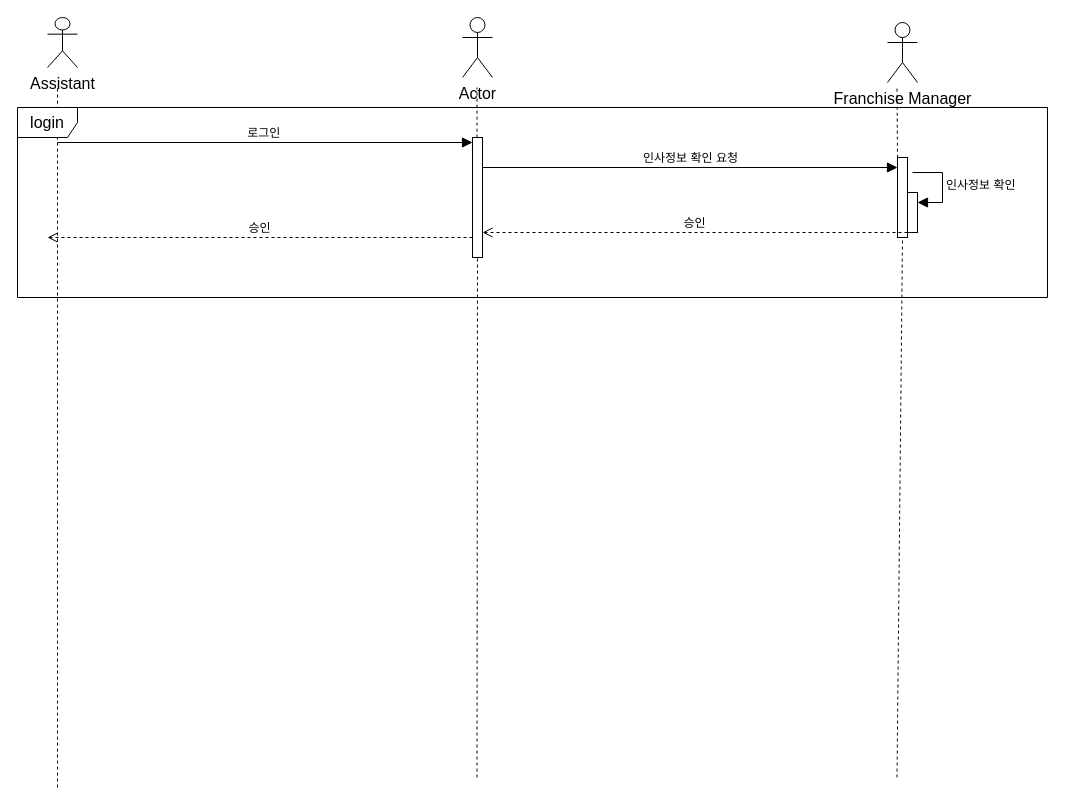
The draw.io diagram 제목 없는 다이어그램.drawio in dndpd/software-project, before the edit. Source tidied: cells renumbered, new cells numbered last; positions are measured from the earlier drawing's top-left corner, leaving out a move shared by most shapes. Both pictures are drawn from the tidied source at 100%, with x=0, y=0 at pixel (17, 17).
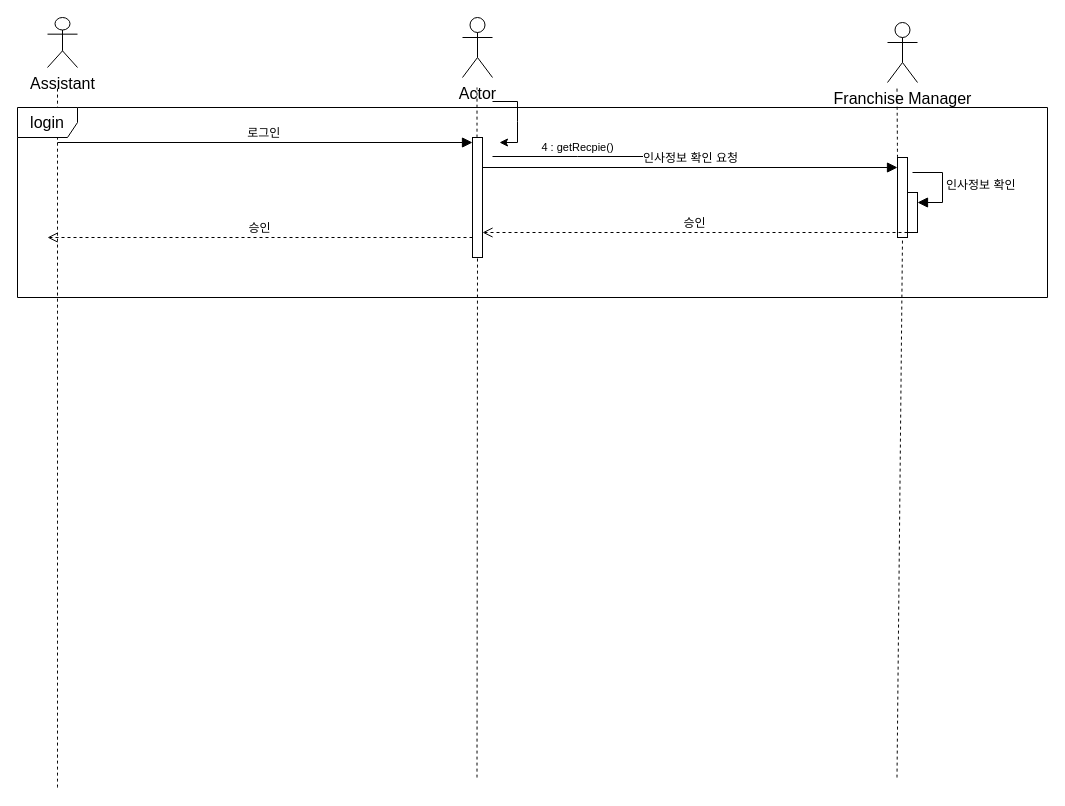
After the change.

What changed in the source:
```diff
@@
+    <mxCell id="19" value="4 : getRecpie()" style="html=1;verticalAlign=bottom;endArrow=block;edgeStyle=elbowEdgeStyle;elbow=vertical;curved=0;rounded=0;" parent="1" edge="1">
+      <mxGeometry relative="1" as="geometry">
+        <mxPoint x="475" y="139" as="sourcePoint" />
+        <mxPoint x="645" y="139" as="targetPoint" />
+        <Array as="points">
+          <mxPoint x="560" y="139" />
+        </Array>
+      </mxGeometry>
+    </mxCell>
@@
+    <mxCell id="20" style="endArrow=classic;html=1;rounded=0;" parent="1" edge="1">
+      <mxGeometry relative="1" as="geometry">
+        <mxPoint x="475" y="84" as="sourcePoint" />
+        <mxPoint x="482" y="125" as="targetPoint" />
+        <Array as="points">
+          <mxPoint x="500" y="84" />
+          <mxPoint x="500" y="104" />
+          <mxPoint x="500" y="125" />
+        </Array>
+      </mxGeometry>
+    </mxCell>
```
